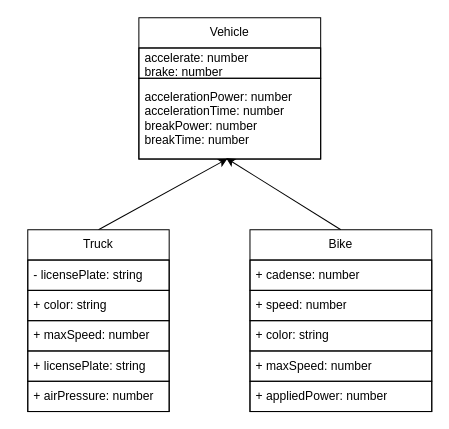
The draw.io diagram Unit2-08/Designs/cd.drawio in KaitlynIp64/ICS4U-Unit2-Kaitlyn-Ip, before the edit. Source tidied: cells renumbered, new cells numbered last; positions are measured from the earlier drawing's top-left corner, leaving out a move shared by most shapes. Both pictures are drawn from the tidied source at 101%, with x=0, y=0 at pixel (27, 17).
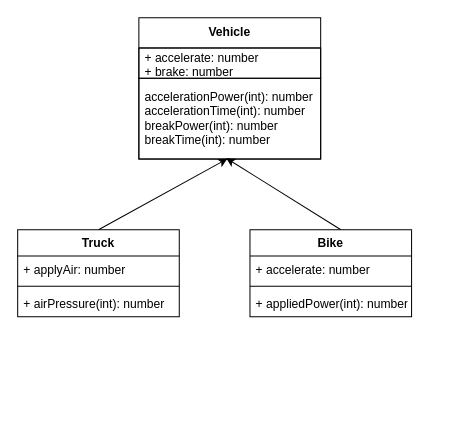
The same diagram, later.

The edit, as a diff of the source:
```diff
@@
 <mxGraphModel>
   <root>
     <mxCell id="0" />
     <mxCell id="1" parent="0" />
-    <mxCell id="2" style="edgeStyle=none;html=1;entryX=0.48;entryY=0.988;entryDx=0;entryDy=0;entryPerimeter=0;exitX=0.5;exitY=0;exitDx=0;exitDy=0;strokeColor=#000000;" parent="1" edge="1" source="3" target="18">
-      <mxGeometry relative="1" as="geometry" />
+    <mxCell id="2" style="edgeStyle=none;html=1;entryX=0.48;entryY=0.988;entryDx=0;entryDy=0;entryPerimeter=0;exitX=0.5;exitY=0;exitDx=0;exitDy=0;strokeColor=#000000;" parent="1" edge="1" target="18">
+      <mxGeometry relative="1" as="geometry">
+        <mxPoint x="310" y="210" as="sourcePoint" />
+      </mxGeometry>
     </mxCell>
-    <mxCell id="3" value="Bike" style="swimlane;fontStyle=0;horizontal=1;startSize=30;whiteSpace=wrap;html=1;strokeColor=#000000;" parent="1" vertex="1">
-      <mxGeometry x="220" y="210" width="180" height="180" as="geometry" />
-    </mxCell>
-    <mxCell id="4" value="+ cadense: number" style="text;strokeColor=#000000;fillColor=none;align=left;verticalAlign=middle;spacingLeft=4;spacingRight=4;overflow=hidden;whiteSpace=wrap;html=1;" parent="3" vertex="1">
-      <mxGeometry y="30" width="180" height="30" as="geometry" />
-    </mxCell>
-    <mxCell id="5" value="+ speed: number" style="text;strokeColor=#000000;fillColor=none;align=left;verticalAlign=middle;spacingLeft=4;spacingRight=4;overflow=hidden;whiteSpace=wrap;html=1;" parent="3" vertex="1">
-      <mxGeometry y="60" width="180" height="30" as="geometry" />
-    </mxCell>
-    <mxCell id="6" value="+ color: string" style="text;strokeColor=#000000;fillColor=none;align=left;verticalAlign=middle;spacingLeft=4;spacingRight=4;overflow=hidden;whiteSpace=wrap;html=1;" parent="3" vertex="1">
-      <mxGeometry y="90" width="180" height="30" as="geometry" />
-    </mxCell>
-    <mxCell id="7" value="+ maxSpeed: number" style="text;strokeColor=#000000;fillColor=none;align=left;verticalAlign=middle;spacingLeft=4;spacingRight=4;overflow=hidden;whiteSpace=wrap;html=1;" parent="3" vertex="1">
-      <mxGeometry y="120" width="180" height="30" as="geometry" />
-    </mxCell>
-    <mxCell id="8" value="+ appliedPower: number" style="text;strokeColor=#000000;fillColor=none;align=left;verticalAlign=middle;spacingLeft=4;spacingRight=4;overflow=hidden;whiteSpace=wrap;html=1;" parent="3" vertex="1">
-      <mxGeometry y="150" width="180" height="30" as="geometry" />
-    </mxCell>
-    <mxCell id="9" style="edgeStyle=none;html=1;entryX=0.487;entryY=0.996;entryDx=0;entryDy=0;entryPerimeter=0;exitX=0.5;exitY=0;exitDx=0;exitDy=0;strokeColor=#000000;" parent="1" edge="1" source="10" target="18">
-      <mxGeometry relative="1" as="geometry" />
+    <mxCell id="9" style="edgeStyle=none;html=1;entryX=0.487;entryY=0.996;entryDx=0;entryDy=0;entryPerimeter=0;exitX=0.5;exitY=0;exitDx=0;exitDy=0;strokeColor=#000000;" parent="1" edge="1" target="18">
+      <mxGeometry relative="1" as="geometry">
+        <mxPoint x="70" y="210" as="sourcePoint" />
+      </mxGeometry>
     </mxCell>
-    <mxCell id="10" value="Truck" style="swimlane;fontStyle=0;horizontal=1;startSize=30;whiteSpace=wrap;html=1;strokeColor=#000000;" parent="1" vertex="1">
-      <mxGeometry y="210" width="140" height="180" as="geometry" />
-    </mxCell>
-    <mxCell id="11" value="- licensePlate: string" style="text;strokeColor=#000000;fillColor=none;align=left;verticalAlign=middle;spacingLeft=4;spacingRight=4;overflow=hidden;whiteSpace=wrap;html=1;" parent="10" vertex="1">
-      <mxGeometry y="30" width="140" height="30" as="geometry" />
-    </mxCell>
-    <mxCell id="12" value="+ color: string" style="text;strokeColor=#000000;fillColor=none;align=left;verticalAlign=middle;spacingLeft=4;spacingRight=4;overflow=hidden;whiteSpace=wrap;html=1;" parent="10" vertex="1">
-      <mxGeometry y="60" width="140" height="30" as="geometry" />
-    </mxCell>
-    <mxCell id="13" value="+ maxSpeed: number" style="text;strokeColor=#000000;fillColor=none;align=left;verticalAlign=middle;spacingLeft=4;spacingRight=4;overflow=hidden;whiteSpace=wrap;html=1;" parent="10" vertex="1">
-      <mxGeometry y="90" width="140" height="30" as="geometry" />
-    </mxCell>
-    <mxCell id="14" value="+ licensePlate: string" style="text;strokeColor=#000000;fillColor=none;align=left;verticalAlign=middle;spacingLeft=4;spacingRight=4;overflow=hidden;whiteSpace=wrap;html=1;" parent="10" vertex="1">
-      <mxGeometry y="120" width="140" height="30" as="geometry" />
-    </mxCell>
-    <mxCell id="15" value="+ airPressure: number" style="text;strokeColor=#000000;fillColor=none;align=left;verticalAlign=middle;spacingLeft=4;spacingRight=4;overflow=hidden;whiteSpace=wrap;html=1;" parent="10" vertex="1">
-      <mxGeometry y="150" width="140" height="30" as="geometry" />
-    </mxCell>
-    <mxCell id="16" value="Vehicle" style="swimlane;fontStyle=0;horizontal=1;startSize=30;whiteSpace=wrap;html=1;strokeColor=#000000;" parent="1" vertex="1">
+    <mxCell id="16" value="&lt;b&gt;Vehicle&lt;/b&gt;" style="swimlane;fontStyle=0;horizontal=1;startSize=30;whiteSpace=wrap;html=1;strokeColor=#000000;" parent="1" vertex="1">
       <mxGeometry x="110" width="180" height="140" as="geometry" />
     </mxCell>
-    <mxCell id="17" value="accelerate: number&lt;br&gt;brake: number" style="text;strokeColor=#000000;fillColor=none;align=left;verticalAlign=middle;spacingLeft=4;spacingRight=4;overflow=hidden;whiteSpace=wrap;html=1;" parent="16" vertex="1">
+    <mxCell id="17" value="+ accelerate: number&lt;br&gt;+ brake: number" style="text;strokeColor=#000000;fillColor=none;align=left;verticalAlign=middle;spacingLeft=4;spacingRight=4;overflow=hidden;whiteSpace=wrap;html=1;" parent="16" vertex="1">
       <mxGeometry y="30" width="180" height="30" as="geometry" />
     </mxCell>
-    <mxCell id="18" value="accelerationPower: number&lt;br&gt;accelerationTime: number&lt;br&gt;breakPower: number&lt;br&gt;breakTime: number" style="text;strokeColor=#000000;fillColor=none;align=left;verticalAlign=middle;spacingLeft=4;spacingRight=4;overflow=hidden;points=[[0,0.5],[1,0.5]];portConstraint=eastwest;whiteSpace=wrap;html=1;" parent="16" vertex="1">
+    <mxCell id="18" value="accelerationPower(int): number&lt;br&gt;accelerationTime(int): number&lt;br&gt;breakPower(int): number&lt;br&gt;breakTime(int): number" style="text;strokeColor=#000000;fillColor=none;align=left;verticalAlign=middle;spacingLeft=4;spacingRight=4;overflow=hidden;points=[[0,0.5],[1,0.5]];portConstraint=eastwest;whiteSpace=wrap;html=1;" parent="16" vertex="1">
       <mxGeometry y="60" width="180" height="80" as="geometry" />
     </mxCell>
+    <mxCell id="10" value="Truck" style="swimlane;fontStyle=1;align=center;verticalAlign=top;horizontal=1;startSize=26;" parent="1" vertex="1">
+      <mxGeometry x="-10" y="210" width="160" height="86" as="geometry" />
+    </mxCell>
+    <mxCell id="19" value="+ applyAir: number" style="text;strokeColor=none;fillColor=none;align=left;verticalAlign=top;spacingLeft=4;spacingRight=4;overflow=hidden;" parent="10" vertex="1">
+      <mxGeometry y="26" width="160" height="26" as="geometry" />
+    </mxCell>
+    <mxCell id="20" style="line;strokeWidth=1;fillColor=none;align=left;verticalAlign=middle;spacingTop=-1;spacingLeft=3;spacingRight=3;labelPosition=right;strokeColor=inherit;" parent="10" vertex="1">
+      <mxGeometry y="52" width="160" height="8" as="geometry" />
+    </mxCell>
+    <mxCell id="21" value="+ airPressure(int): number" style="text;strokeColor=none;fillColor=none;align=left;verticalAlign=top;spacingLeft=4;spacingRight=4;overflow=hidden;" parent="10" vertex="1">
+      <mxGeometry y="60" width="160" height="26" as="geometry" />
+    </mxCell>
+    <mxCell id="3" value="Bike" style="swimlane;fontStyle=1;align=center;verticalAlign=top;horizontal=1;startSize=26;" parent="1" vertex="1">
+      <mxGeometry x="220" y="210" width="160" height="86" as="geometry" />
+    </mxCell>
+    <mxCell id="22" value="+ accelerate: number" style="text;strokeColor=none;fillColor=none;align=left;verticalAlign=top;spacingLeft=4;spacingRight=4;overflow=hidden;" parent="3" vertex="1">
+      <mxGeometry y="26" width="160" height="26" as="geometry" />
+    </mxCell>
+    <mxCell id="23" style="line;strokeWidth=1;fillColor=none;align=left;verticalAlign=middle;spacingTop=-1;spacingLeft=3;spacingRight=3;labelPosition=right;strokeColor=inherit;" parent="3" vertex="1">
+      <mxGeometry y="52" width="160" height="8" as="geometry" />
+    </mxCell>
+    <mxCell id="24" value="+ appliedPower(int): number" style="text;strokeColor=none;fillColor=none;align=left;verticalAlign=top;spacingLeft=4;spacingRight=4;overflow=hidden;" parent="3" vertex="1">
+      <mxGeometry y="60" width="160" height="26" as="geometry" />
+    </mxCell>
   </root>
 </mxGraphModel>
```
